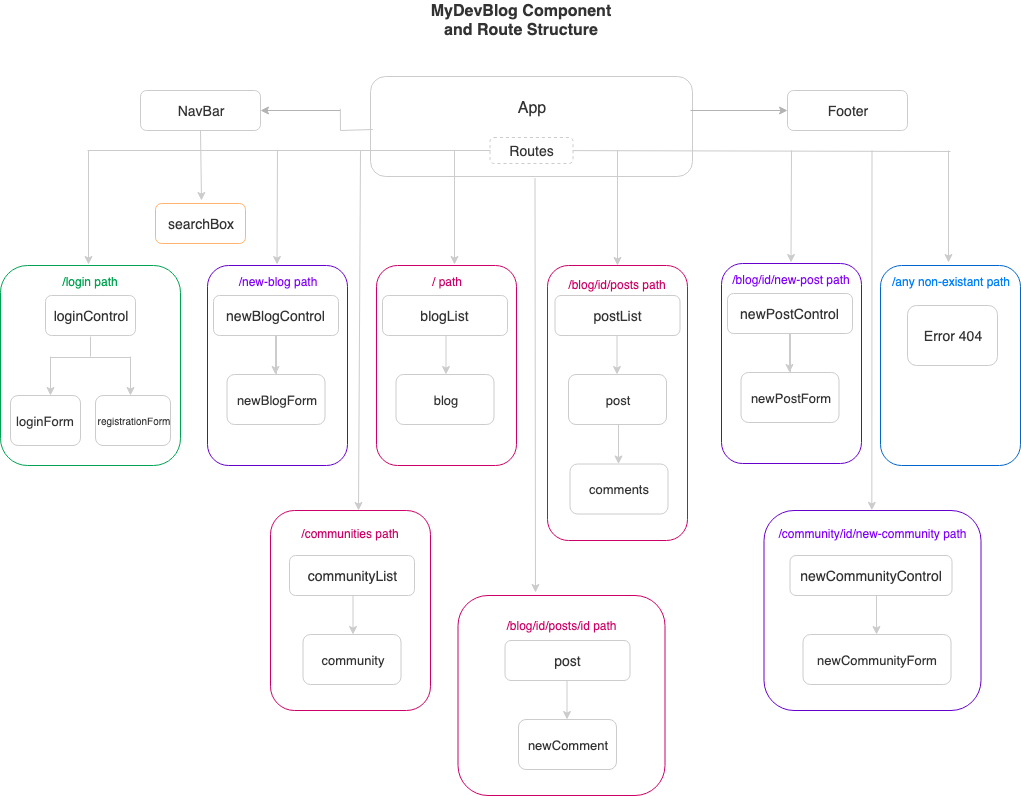
Above: component-tree-diagram.png in svitlanaf/React-blog (draw.io), before the change. Source tidied: cells renumbered, new cells last; positions are measured from the earlier drawing's top-left corner, leaving out a move shared by most shapes.
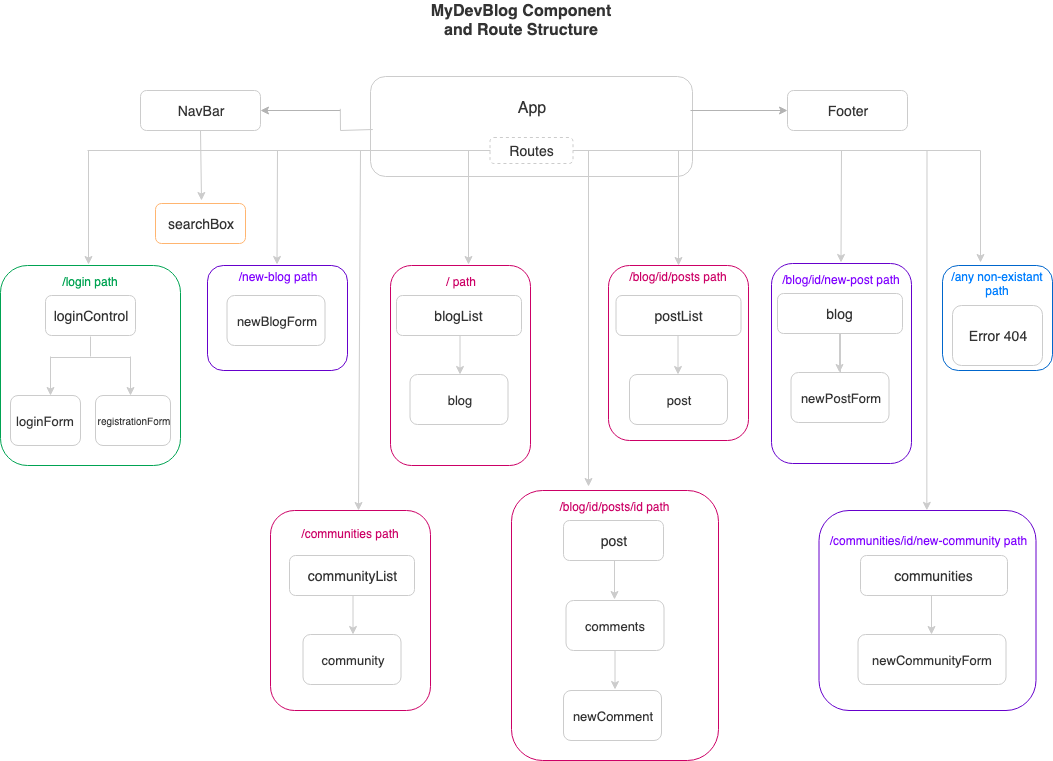
Later version of the same file.

Commit message:
Add corrected components diagram. add blogs page

Change to the diagram source:
```diff
@@ -12,12 +12,12 @@
     </mxCell>
     <mxCell id="4" style="endArrow=classic;html=1;strokeColor=#CCCCCC;" parent="1" edge="1">
       <mxGeometry relative="1" as="geometry">
-        <mxPoint x="454" y="150" as="sourcePoint" />
-        <mxPoint x="454" y="264" as="targetPoint" />
+        <mxPoint x="468" y="150" as="sourcePoint" />
+        <mxPoint x="468" y="264" as="targetPoint" />
       </mxGeometry>
     </mxCell>
-    <mxCell id="5" value="&lt;font color=&quot;#7f00ff&quot;&gt;/new-blog path&lt;br&gt;&lt;/font&gt;&lt;br&gt;&lt;br&gt;&lt;br&gt;&lt;br&gt;&lt;br&gt;&lt;br&gt;&lt;br&gt;&lt;br&gt;&lt;br&gt;&lt;br&gt;&lt;br&gt;&lt;br&gt;" style="rounded=1;whiteSpace=wrap;html=1;fillColor=#ffffff;strokeColor=#6600CC;" parent="1" vertex="1">
-      <mxGeometry x="207" y="265" width="140" height="200" as="geometry" />
+    <mxCell id="5" value="&lt;font color=&quot;#7f00ff&quot;&gt;/new-blog path&lt;br&gt;&lt;/font&gt;&lt;br&gt;&lt;br&gt;&lt;br&gt;&lt;br&gt;&lt;br&gt;&lt;br&gt;" style="rounded=1;whiteSpace=wrap;html=1;fillColor=#ffffff;strokeColor=#6600CC;" parent="1" vertex="1">
+      <mxGeometry x="207" y="265" width="140" height="105" as="geometry" />
     </mxCell>
     <mxCell id="6" style="endArrow=classic;html=1;strokeColor=#B3B3B3;entryX=1;entryY=0.5;entryDx=0;entryDy=0;" parent="1" edge="1" target="7">
       <mxGeometry relative="1" as="geometry">
@@ -81,11 +81,11 @@
         <mxPoint x="276.5" y="264" as="targetPoint" />
       </mxGeometry>
     </mxCell>
-    <mxCell id="20" value="&lt;font color=&quot;#007fff&quot;&gt;/any non-existant path&lt;br&gt;&lt;/font&gt;&lt;br&gt;&lt;br&gt;&lt;br&gt;&lt;br&gt;&lt;br&gt;&lt;br&gt;&lt;br&gt;&lt;br&gt;&lt;br&gt;&lt;br&gt;&lt;br&gt;&lt;br&gt;" style="rounded=1;whiteSpace=wrap;html=1;fillColor=#ffffff;strokeColor=#0066CC;" parent="1" vertex="1">
-      <mxGeometry x="880" y="265" width="140" height="200" as="geometry" />
+    <mxCell id="20" value="&lt;font color=&quot;#007fff&quot;&gt;/any non-existant path&lt;/font&gt;&lt;br&gt;&lt;br&gt;&lt;br&gt;&lt;br&gt;&lt;br&gt;&lt;br&gt;" style="rounded=1;whiteSpace=wrap;html=1;fillColor=#ffffff;strokeColor=#0066CC;" parent="1" vertex="1">
+      <mxGeometry x="942" y="265" width="110" height="105" as="geometry" />
     </mxCell>
     <mxCell id="21" value="&lt;font color=&quot;#333333&quot; style=&quot;font-size: 14px&quot;&gt;Error 404&lt;/font&gt;" style="rounded=1;whiteSpace=wrap;html=1;fillColor=#ffffff;strokeColor=#CCCCCC;" parent="1" vertex="1">
-      <mxGeometry x="907" y="305" width="90" height="60" as="geometry" />
+      <mxGeometry x="952" y="305" width="90" height="60" as="geometry" />
     </mxCell>
     <mxCell id="22" style="endArrow=classic;html=1;strokeColor=#CCCCCC;exitX=0.5;exitY=1;exitDx=0;exitDy=0;" parent="1" edge="1" source="7">
       <mxGeometry relative="1" as="geometry">
@@ -95,84 +95,72 @@
     <mxCell id="23" value="&lt;span style=&quot;color: rgb(51 , 51 , 51) ; font-size: 14px&quot;&gt;searchBox&lt;/span&gt;" style="rounded=1;whiteSpace=wrap;html=1;fillColor=#ffffff;strokeColor=#FFB570;" parent="1" vertex="1">
       <mxGeometry x="155" y="203" width="90" height="40" as="geometry" />
     </mxCell>
-    <mxCell id="24" style="edgeStyle=orthogonalEdgeStyle;rounded=0;jettySize=auto;html=1;endArrow=none;endFill=0;strokeColor=#CCCCCC;" parent="1" edge="1" source="25" target="27">
-      <mxGeometry relative="1" as="geometry" />
-    </mxCell>
-    <mxCell id="25" value="&lt;span style=&quot;color: rgb(51 , 51 , 51) ; font-size: 14px&quot;&gt;newBlogControl&lt;/span&gt;" style="rounded=1;whiteSpace=wrap;html=1;fillColor=#ffffff;strokeColor=#CCCCCC;" parent="1" vertex="1">
-      <mxGeometry x="213" y="295" width="125" height="40" as="geometry" />
-    </mxCell>
-    <mxCell id="26" style="endArrow=classic;html=1;strokeColor=#CCCCCC;" parent="1" edge="1">
-      <mxGeometry relative="1" as="geometry">
-        <mxPoint x="275" y="335" as="sourcePoint" />
-        <mxPoint x="275" y="374" as="targetPoint" />
-      </mxGeometry>
-    </mxCell>
     <mxCell id="27" value="&lt;font color=&quot;#333333&quot; style=&quot;font-size: 13px&quot;&gt;newBlogForm&lt;/font&gt;" style="rounded=1;whiteSpace=wrap;html=1;fillColor=#ffffff;strokeColor=#CCCCCC;" parent="1" vertex="1">
-      <mxGeometry x="226.5" y="374" width="98" height="50" as="geometry" />
+      <mxGeometry x="226.5" y="295" width="98" height="50" as="geometry" />
     </mxCell>
     <mxCell id="28" value="&lt;font color=&quot;#cc0066&quot;&gt;/ path&lt;br&gt;&lt;br&gt;&lt;br&gt;&lt;br&gt;&lt;br&gt;&lt;br&gt;&lt;br&gt;&lt;br&gt;&lt;br&gt;&lt;br&gt;&lt;br&gt;&lt;br&gt;&lt;br&gt;&lt;/font&gt;" style="rounded=1;whiteSpace=wrap;html=1;fillColor=#ffffff;strokeColor=#CC0066;" parent="1" vertex="1">
-      <mxGeometry x="376" y="265" width="140" height="200" as="geometry" />
+      <mxGeometry x="390" y="265" width="140" height="200" as="geometry" />
     </mxCell>
     <mxCell id="29" value="&lt;span style=&quot;color: rgb(51 , 51 , 51) ; font-size: 14px&quot;&gt;blogList&lt;/span&gt;" style="rounded=1;whiteSpace=wrap;html=1;fillColor=#ffffff;strokeColor=#CCCCCC;" parent="1" vertex="1">
-      <mxGeometry x="382" y="295" width="125" height="40" as="geometry" />
+      <mxGeometry x="396" y="295" width="125" height="40" as="geometry" />
     </mxCell>
     <mxCell id="30" style="endArrow=classic;html=1;strokeColor=#CCCCCC;" parent="1" edge="1">
       <mxGeometry relative="1" as="geometry">
-        <mxPoint x="445.5" y="335" as="sourcePoint" />
-        <mxPoint x="445.5" y="374" as="targetPoint" />
+        <mxPoint x="459.5" y="335" as="sourcePoint" />
+        <mxPoint x="459.5" y="374" as="targetPoint" />
       </mxGeometry>
     </mxCell>
     <mxCell id="31" value="&lt;font color=&quot;#333333&quot; style=&quot;font-size: 13px&quot;&gt;blog&lt;/font&gt;" style="rounded=1;whiteSpace=wrap;html=1;fillColor=#ffffff;strokeColor=#CCCCCC;" parent="1" vertex="1">
-      <mxGeometry x="395.5" y="374" width="98" height="50" as="geometry" />
+      <mxGeometry x="409.5" y="374" width="98" height="50" as="geometry" />
     </mxCell>
     <mxCell id="32" style="endArrow=classic;html=1;strokeColor=#CCCCCC;entryX=0.5;entryY=0;entryDx=0;entryDy=0;" parent="1" edge="1" target="33">
       <mxGeometry relative="1" as="geometry">
-        <mxPoint x="617" y="150" as="sourcePoint" />
+        <mxPoint x="678" y="150" as="sourcePoint" />
       </mxGeometry>
     </mxCell>
-    <mxCell id="33" value="&lt;font color=&quot;#cc0066&quot;&gt;/blog/id/posts path&lt;br&gt;&lt;/font&gt;&lt;br&gt;&lt;br&gt;&lt;br&gt;&lt;br&gt;&lt;br&gt;&lt;br&gt;&lt;br&gt;&lt;br&gt;&lt;br&gt;&lt;br&gt;&lt;br&gt;&lt;br&gt;&lt;br&gt;&lt;br&gt;&lt;br&gt;&lt;br&gt;&lt;br&gt;" style="rounded=1;whiteSpace=wrap;html=1;fillColor=#ffffff;strokeColor=#CC0066;" parent="1" vertex="1">
-      <mxGeometry x="547" y="265" width="140" height="275" as="geometry" />
+    <mxCell id="33" value="&lt;font color=&quot;#cc0066&quot;&gt;/blog/id/posts path&lt;br&gt;&lt;/font&gt;&lt;br&gt;&lt;br&gt;&lt;br&gt;&lt;br&gt;&lt;br&gt;&lt;br&gt;&lt;br&gt;&lt;br&gt;&lt;br&gt;&lt;br&gt;&lt;br&gt;" style="rounded=1;whiteSpace=wrap;html=1;fillColor=#ffffff;strokeColor=#CC0066;" parent="1" vertex="1">
+      <mxGeometry x="608" y="265" width="140" height="175" as="geometry" />
     </mxCell>
     <mxCell id="34" value="&lt;span style=&quot;color: rgb(51 , 51 , 51) ; font-size: 14px&quot;&gt;postList&lt;/span&gt;" style="rounded=1;whiteSpace=wrap;html=1;fillColor=#ffffff;strokeColor=#CCCCCC;" parent="1" vertex="1">
-      <mxGeometry x="554.5" y="295" width="125" height="40" as="geometry" />
+      <mxGeometry x="615.5" y="295" width="125" height="40" as="geometry" />
     </mxCell>
     <mxCell id="35" style="endArrow=classic;html=1;strokeColor=#CCCCCC;" parent="1" edge="1">
       <mxGeometry relative="1" as="geometry">
-        <mxPoint x="616.5" y="335" as="sourcePoint" />
-        <mxPoint x="616.5" y="374" as="targetPoint" />
+        <mxPoint x="677.5" y="335" as="sourcePoint" />
+        <mxPoint x="677.5" y="374" as="targetPoint" />
       </mxGeometry>
     </mxCell>
     <mxCell id="36" value="&lt;font color=&quot;#333333&quot; style=&quot;font-size: 13px&quot;&gt;post&lt;/font&gt;" style="rounded=1;whiteSpace=wrap;html=1;fillColor=#ffffff;strokeColor=#CCCCCC;" parent="1" vertex="1">
-      <mxGeometry x="568" y="374" width="98" height="50" as="geometry" />
+      <mxGeometry x="629" y="374" width="98" height="50" as="geometry" />
     </mxCell>
     <mxCell id="37" value="&lt;font color=&quot;#7f00ff&quot;&gt;/blog/id/new-post path&lt;br&gt;&lt;/font&gt;&lt;br&gt;&lt;br&gt;&lt;br&gt;&lt;br&gt;&lt;br&gt;&lt;br&gt;&lt;br&gt;&lt;br&gt;&lt;br&gt;&lt;br&gt;&lt;br&gt;&lt;br&gt;" style="rounded=1;whiteSpace=wrap;html=1;fillColor=#ffffff;strokeColor=#6600CC;" parent="1" vertex="1">
-      <mxGeometry x="721" y="263" width="140" height="200" as="geometry" />
+      <mxGeometry x="771" y="263" width="140" height="200" as="geometry" />
     </mxCell>
     <mxCell id="38" style="endArrow=classic;html=1;strokeColor=#CCCCCC;fontStyle=1;" parent="1" edge="1">
       <mxGeometry relative="1" as="geometry">
-        <mxPoint x="791" y="150" as="sourcePoint" />
-        <mxPoint x="790.5" y="262" as="targetPoint" />
+        <mxPoint x="841" y="150" as="sourcePoint" />
+        <mxPoint x="840.5" y="262" as="targetPoint" />
       </mxGeometry>
     </mxCell>
     <mxCell id="39" style="edgeStyle=orthogonalEdgeStyle;rounded=0;jettySize=auto;html=1;endArrow=none;endFill=0;strokeColor=#CCCCCC;" parent="1" edge="1" source="40" target="42">
       <mxGeometry relative="1" as="geometry" />
     </mxCell>
-    <mxCell id="40" value="&lt;span style=&quot;color: rgb(51 , 51 , 51) ; font-size: 14px&quot;&gt;newPostControl&lt;/span&gt;" style="rounded=1;whiteSpace=wrap;html=1;fillColor=#ffffff;strokeColor=#CCCCCC;" parent="1" vertex="1">
-      <mxGeometry x="727" y="293" width="125" height="40" as="geometry" />
+    <mxCell id="40" value="&lt;span style=&quot;color: rgb(51 , 51 , 51) ; font-size: 14px&quot;&gt;blog&lt;/span&gt;" style="rounded=1;whiteSpace=wrap;html=1;fillColor=#ffffff;strokeColor=#CCCCCC;" parent="1" vertex="1">
+      <mxGeometry x="777" y="293" width="125" height="40" as="geometry" />
     </mxCell>
     <mxCell id="41" style="endArrow=classic;html=1;strokeColor=#CCCCCC;" parent="1" edge="1">
       <mxGeometry relative="1" as="geometry">
-        <mxPoint x="789" y="333" as="sourcePoint" />
-        <mxPoint x="789" y="372" as="targetPoint" />
+        <mxPoint x="839" y="333" as="sourcePoint" />
+        <mxPoint x="839" y="372" as="targetPoint" />
       </mxGeometry>
     </mxCell>
     <mxCell id="42" value="&lt;font color=&quot;#333333&quot; style=&quot;font-size: 13px&quot;&gt;newPostForm&lt;/font&gt;" style="rounded=1;whiteSpace=wrap;html=1;fillColor=#ffffff;strokeColor=#CCCCCC;" parent="1" vertex="1">
-      <mxGeometry x="740.5" y="372" width="98" height="50" as="geometry" />
+      <mxGeometry x="790.5" y="372" width="98" height="50" as="geometry" />
     </mxCell>
     <mxCell id="43" style="endArrow=classic;html=1;strokeColor=#CCCCCC;fontStyle=1;" parent="1" edge="1">
       <mxGeometry relative="1" as="geometry">
-        <mxPoint x="948" y="150" as="sourcePoint" />
-        <mxPoint x="948" y="262" as="targetPoint" />
+        <mxPoint x="980" y="150" as="sourcePoint" />
+        <mxPoint x="980" y="262" as="targetPoint" />
       </mxGeometry>
     </mxCell>
     <mxCell id="44" style="endArrow=none;html=1;strokeColor=#CCCCCC;exitX=0.5;exitY=1;exitDx=0;exitDy=0;endFill=0;" parent="1" edge="1">
@@ -197,7 +185,7 @@
     </mxCell>
     <mxCell id="48" style="endArrow=none;html=1;strokeColor=#CCCCCC;" parent="1" edge="1" target="47">
       <mxGeometry relative="1" as="geometry">
-        <mxPoint x="950" y="151" as="sourcePoint" />
+        <mxPoint x="980" y="150" as="sourcePoint" />
       </mxGeometry>
     </mxCell>
     <mxCell id="49" style="endArrow=none;html=1;strokeColor=#CCCCCC;exitX=0;exitY=0.5;exitDx=0;exitDy=0;" parent="1" edge="1" source="47">
@@ -225,55 +213,55 @@
     <mxCell id="54" value="&lt;font color=&quot;#333333&quot; style=&quot;font-size: 13px&quot;&gt;community&lt;/font&gt;" style="rounded=1;whiteSpace=wrap;html=1;fillColor=#ffffff;strokeColor=#CCCCCC;" parent="1" vertex="1">
       <mxGeometry x="302.5" y="634" width="98" height="50" as="geometry" />
     </mxCell>
-    <mxCell id="55" value="&lt;font color=&quot;#7f00ff&quot;&gt;/community/id/new-community path&lt;br&gt;&lt;/font&gt;&lt;br&gt;&lt;br&gt;&lt;br&gt;&lt;br&gt;&lt;br&gt;&lt;br&gt;&lt;br&gt;&lt;br&gt;&lt;br&gt;&lt;br&gt;&lt;br&gt;" style="rounded=1;whiteSpace=wrap;html=1;fillColor=#ffffff;strokeColor=#6600CC;" parent="1" vertex="1">
-      <mxGeometry x="763.5" y="510" width="217" height="200" as="geometry" />
+    <mxCell id="55" value="&lt;font color=&quot;#7f00ff&quot;&gt;/communities/id/new-community path&lt;br&gt;&lt;/font&gt;&lt;br&gt;&lt;br&gt;&lt;br&gt;&lt;br&gt;&lt;br&gt;&lt;br&gt;&lt;br&gt;&lt;br&gt;&lt;br&gt;&lt;br&gt;" style="rounded=1;whiteSpace=wrap;html=1;fillColor=#ffffff;strokeColor=#6600CC;" parent="1" vertex="1">
+      <mxGeometry x="818.5" y="510" width="217" height="200" as="geometry" />
     </mxCell>
-    <mxCell id="56" value="&lt;span style=&quot;color: rgb(51 , 51 , 51) ; font-size: 14px&quot;&gt;newCommunityControl&lt;/span&gt;" style="rounded=1;whiteSpace=wrap;html=1;fillColor=#ffffff;strokeColor=#CCCCCC;" parent="1" vertex="1">
-      <mxGeometry x="789.5" y="555" width="162" height="40" as="geometry" />
+    <mxCell id="56" value="&lt;span style=&quot;color: rgb(51 , 51 , 51) ; font-size: 14px&quot;&gt;communities&lt;/span&gt;" style="rounded=1;whiteSpace=wrap;html=1;fillColor=#ffffff;strokeColor=#CCCCCC;" parent="1" vertex="1">
+      <mxGeometry x="860" y="555" width="147" height="40" as="geometry" />
     </mxCell>
     <mxCell id="57" style="endArrow=classic;html=1;strokeColor=#CCCCCC;" parent="1" edge="1">
       <mxGeometry relative="1" as="geometry">
-        <mxPoint x="876" y="595" as="sourcePoint" />
-        <mxPoint x="876" y="634" as="targetPoint" />
+        <mxPoint x="931" y="595" as="sourcePoint" />
+        <mxPoint x="931" y="634" as="targetPoint" />
       </mxGeometry>
     </mxCell>
     <mxCell id="58" value="&lt;font color=&quot;#333333&quot; style=&quot;font-size: 13px&quot;&gt;newCommunityForm&lt;/font&gt;" style="rounded=1;whiteSpace=wrap;html=1;fillColor=#ffffff;strokeColor=#CCCCCC;" parent="1" vertex="1">
-      <mxGeometry x="802.5" y="634" width="148" height="50" as="geometry" />
+      <mxGeometry x="857.5" y="634" width="148" height="50" as="geometry" />
     </mxCell>
     <mxCell id="59" style="endArrow=classic;html=1;strokeColor=#CCCCCC;entryX=0.55;entryY=0;entryDx=0;entryDy=0;entryPerimeter=0;" parent="1" edge="1">
       <mxGeometry relative="1" as="geometry">
-        <mxPoint x="871.5" y="150" as="sourcePoint" />
-        <mxPoint x="871.3" y="509.8" as="targetPoint" />
+        <mxPoint x="926.5" y="150" as="sourcePoint" />
+        <mxPoint x="926.3" y="509.8" as="targetPoint" />
       </mxGeometry>
     </mxCell>
     <mxCell id="60" style="endArrow=classic;html=1;strokeColor=#CCCCCC;entryX=0.374;entryY=-0.015;entryDx=0;entryDy=0;entryPerimeter=0;" parent="1" edge="1" target="61">
       <mxGeometry relative="1" as="geometry">
-        <mxPoint x="534.5" y="177.5" as="sourcePoint" />
+        <mxPoint x="588" y="150" as="sourcePoint" />
       </mxGeometry>
     </mxCell>
-    <mxCell id="61" value="&lt;font color=&quot;#cc0066&quot;&gt;/blog/id/posts/id path&lt;br&gt;&lt;/font&gt;&lt;br&gt;&lt;br&gt;&lt;br&gt;&lt;br&gt;&lt;br&gt;&lt;br&gt;&lt;br&gt;&lt;br&gt;&lt;br&gt;&lt;br&gt;" style="rounded=1;whiteSpace=wrap;html=1;fillColor=#ffffff;strokeColor=#CC0066;" parent="1" vertex="1">
-      <mxGeometry x="457.5" y="595" width="207" height="200" as="geometry" />
+    <mxCell id="61" value="&lt;font color=&quot;#cc0066&quot;&gt;/blog/id/posts/id path&lt;br&gt;&lt;/font&gt;&lt;br&gt;&lt;br&gt;&lt;br&gt;&lt;br&gt;&lt;br&gt;&lt;br&gt;&lt;br&gt;&lt;br&gt;&lt;br&gt;&lt;br&gt;&lt;br&gt;&lt;br&gt;&lt;br&gt;&lt;br&gt;&lt;br&gt;&lt;br&gt;&lt;br&gt;" style="rounded=1;whiteSpace=wrap;html=1;fillColor=#ffffff;strokeColor=#CC0066;" parent="1" vertex="1">
+      <mxGeometry x="511" y="490" width="207" height="270" as="geometry" />
     </mxCell>
     <mxCell id="62" value="&lt;span style=&quot;color: rgb(51 , 51 , 51) ; font-size: 14px&quot;&gt;post&lt;/span&gt;" style="rounded=1;whiteSpace=wrap;html=1;fillColor=#ffffff;strokeColor=#CCCCCC;" parent="1" vertex="1">
-      <mxGeometry x="504.5" y="640" width="125" height="40" as="geometry" />
+      <mxGeometry x="563" y="520" width="100" height="40" as="geometry" />
     </mxCell>
     <mxCell id="63" style="endArrow=classic;html=1;strokeColor=#CCCCCC;" parent="1" edge="1">
       <mxGeometry relative="1" as="geometry">
-        <mxPoint x="566.5" y="680" as="sourcePoint" />
-        <mxPoint x="566.5" y="719" as="targetPoint" />
+        <mxPoint x="614" y="560" as="sourcePoint" />
+        <mxPoint x="614" y="599" as="targetPoint" />
       </mxGeometry>
     </mxCell>
     <mxCell id="64" value="&lt;font color=&quot;#333333&quot; style=&quot;font-size: 13px&quot;&gt;newComment&lt;/font&gt;" style="rounded=1;whiteSpace=wrap;html=1;fillColor=#ffffff;strokeColor=#CCCCCC;" parent="1" vertex="1">
-      <mxGeometry x="518" y="719" width="98" height="50" as="geometry" />
+      <mxGeometry x="563" y="690" width="98" height="50" as="geometry" />
     </mxCell>
     <mxCell id="65" style="endArrow=classic;html=1;strokeColor=#CCCCCC;" parent="1" edge="1">
       <mxGeometry relative="1" as="geometry">
-        <mxPoint x="618" y="424.5" as="sourcePoint" />
-        <mxPoint x="618" y="463.5" as="targetPoint" />
+        <mxPoint x="614.5" y="650" as="sourcePoint" />
+        <mxPoint x="614.5" y="689" as="targetPoint" />
       </mxGeometry>
     </mxCell>
     <mxCell id="66" value="&lt;font color=&quot;#333333&quot; style=&quot;font-size: 13px&quot;&gt;comments&lt;/font&gt;" style="rounded=1;whiteSpace=wrap;html=1;fillColor=#ffffff;strokeColor=#CCCCCC;" parent="1" vertex="1">
-      <mxGeometry x="569.5" y="463.5" width="98" height="50" as="geometry" />
+      <mxGeometry x="565.5" y="600" width="98" height="50" as="geometry" />
     </mxCell>
   </root>
 </mxGraphModel>
```
